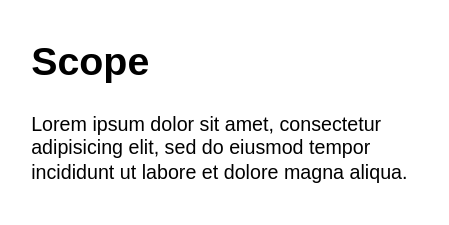
XCR1793/Aivacore keeps this draw.io diagram as page "Project Scope" (1 of 2) of Documents/Diagram.drawio. Above is the earlier version. Source tidied: cells renumbered, new cells numbered last; positions are measured from the earlier drawing's top-left corner, leaving out a move shared by most shapes. Both pictures are drawn from the tidied source at 164%, with x=0, y=0 at pixel (28, 28).
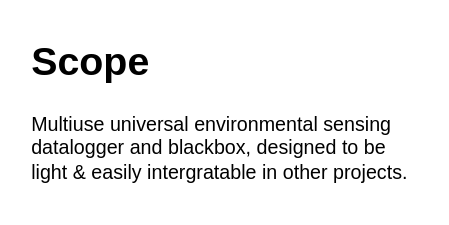
Above is the later version.

The edit, as a diff of the source:
```diff
@@
 <mxGraphModel>
   <root>
     <mxCell id="0" />
     <mxCell id="1" parent="0" />
-    <mxCell id="2" value="&lt;h1 style=&quot;margin-top: 0px;&quot;&gt;Scope&lt;/h1&gt;&lt;p&gt;Lorem ipsum dolor sit amet, consectetur adipisicing elit, sed do eiusmod tempor incididunt ut labore et dolore magna aliqua.&lt;/p&gt;" style="text;html=1;whiteSpace=wrap;overflow=hidden;rounded=0;" parent="1" vertex="1">
+    <mxCell id="2" value="&lt;h1 style=&quot;margin-top: 0px;&quot;&gt;Scope&lt;/h1&gt;&lt;p&gt;Multiuse universal environmental sensing datalogger and blackbox, designed to be light &amp;amp; easily intergratable in other projects.&lt;/p&gt;" style="text;html=1;whiteSpace=wrap;overflow=hidden;rounded=0;" parent="1" vertex="1">
       <mxGeometry width="240" height="100" as="geometry" />
     </mxCell>
   </root>
 </mxGraphModel>
```
